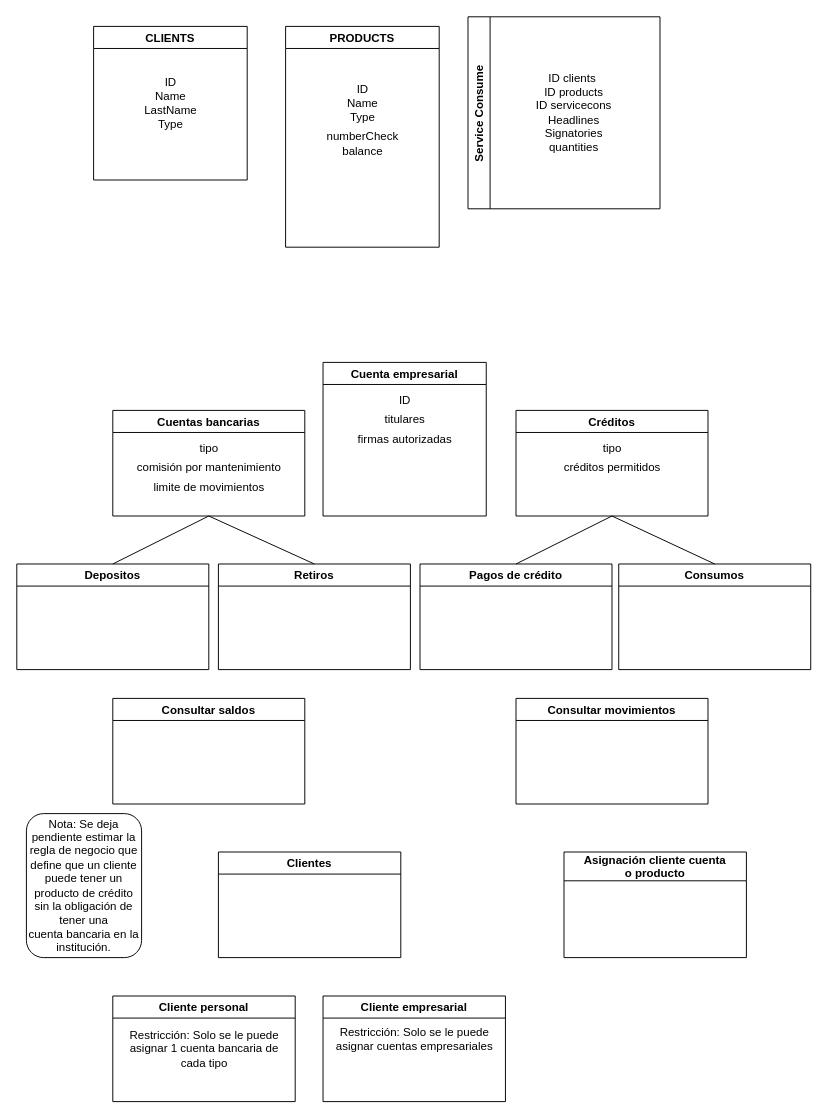
Above: Untitled Diagram.drawio in Benjamin-DM/Proyecto1_NTT (draw.io), before the change. Source tidied: cells renumbered, new cells numbered last; positions are measured from the earlier drawing's top-left corner, leaving out a move shared by most shapes. Both pictures are drawn from the tidied source at 96%, with x=0, y=0 at pixel (16, 16).
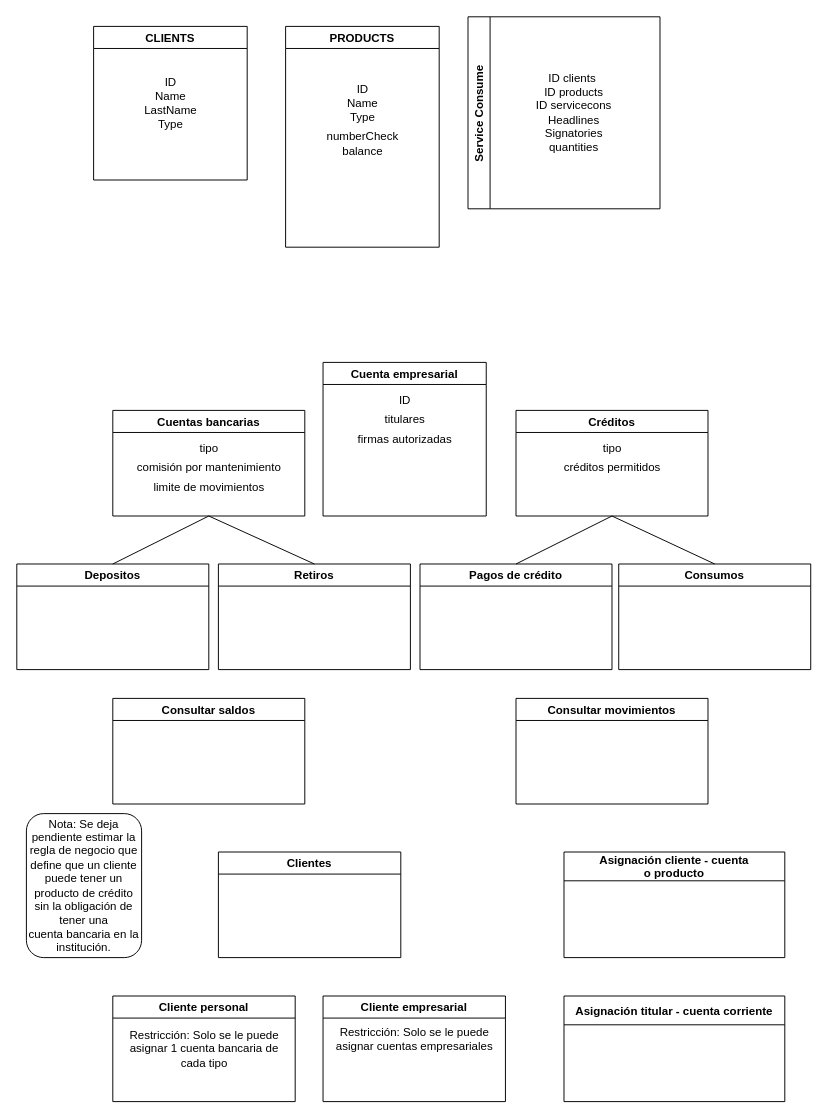
The same diagram, later.

Diff of the diagram source:
```diff
@@
-    <mxCell id="36" value="Asignación cliente cuenta &#10;o producto" style="swimlane;startSize=30;" parent="1" vertex="1">
-      <mxGeometry x="570" y="870" width="190" height="110" as="geometry" />
+    <mxCell id="36" value="Asignación cliente - cuenta &#10;o producto" style="swimlane;startSize=30;" parent="1" vertex="1">
+      <mxGeometry x="570" y="870" width="230" height="110" as="geometry" />
     </mxCell>
@@
+    <mxCell id="38" value="Asignación titular - cuenta corriente" style="swimlane;startSize=30;" parent="1" vertex="1">
+      <mxGeometry x="570" y="1020" width="230" height="110" as="geometry" />
+    </mxCell>
```
